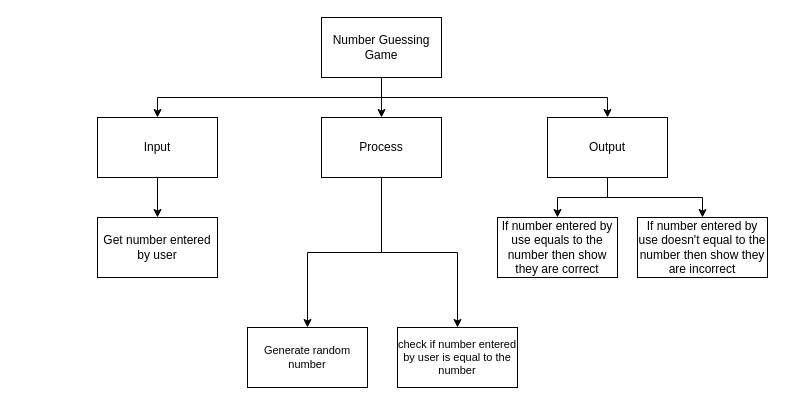
michael-clermont1/ICS3U-Assignment-7-Python keeps this draw.io diagram as design.drawio. Above is the earlier version. Source tidied: cells renumbered, new cells numbered last; positions are measured from the earlier drawing's top-left corner, leaving out a move shared by most shapes. Both pictures are drawn from the tidied source at 100%, with x=0, y=0 at pixel (97, 17).
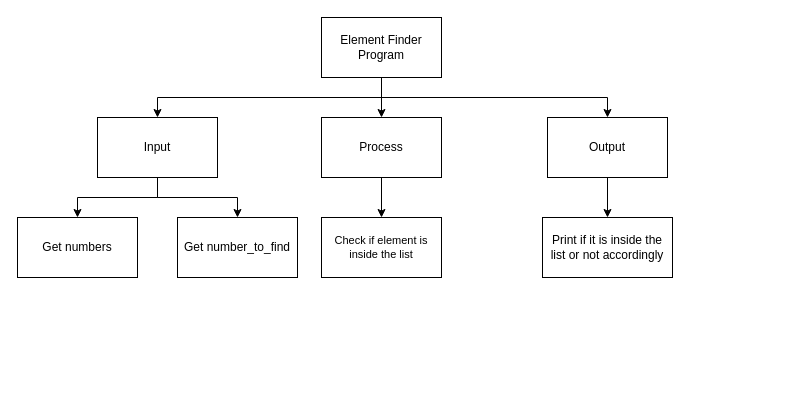
The same diagram, later.

Unchanged cells that the change refers to:
```xml
<mxCell id="7" value="Input" style="rounded=0;whiteSpace=wrap;html=1;" parent="1" vertex="1">
  <mxGeometry y="100" width="120" height="60" as="geometry" />
</mxCell>
<mxCell id="10" value="Process" style="rounded=0;whiteSpace=wrap;html=1;" parent="1" vertex="1">
  <mxGeometry x="224" y="100" width="120" height="60" as="geometry" />
</mxCell>
<mxCell id="13" value="Output" style="rounded=0;whiteSpace=wrap;html=1;" parent="1" vertex="1">
  <mxGeometry x="450" y="100" width="120" height="60" as="geometry" />
</mxCell>
```

Diff of the diagram source:
```diff
@@
-    <mxCell id="5" value="Number Guessing Game" style="rounded=0;whiteSpace=wrap;html=1;" parent="1" vertex="1">
+    <mxCell id="5" value="Element Finder Program" style="rounded=0;whiteSpace=wrap;html=1;" parent="1" vertex="1">
       <mxGeometry x="224" width="120" height="60" as="geometry" />
     </mxCell>
@@
+    <mxCell id="19" style="edgeStyle=orthogonalEdgeStyle;html=1;entryX=0.5;entryY=0;entryDx=0;entryDy=0;rounded=0;" parent="1" edge="1" source="7" target="20">
+      <mxGeometry relative="1" as="geometry" />
+    </mxCell>
@@
-    <mxCell id="9" style="edgeStyle=orthogonalEdgeStyle;html=1;entryX=0.5;entryY=0;entryDx=0;entryDy=0;rounded=0;" parent="1" edge="1" source="10" target="18">
-      <mxGeometry relative="1" as="geometry" />
-    </mxCell>
@@
-    <mxCell id="11" style="edgeStyle=orthogonalEdgeStyle;html=1;entryX=0.5;entryY=0;entryDx=0;entryDy=0;rounded=0;" parent="1" edge="1" source="13" target="15">
-      <mxGeometry relative="1" as="geometry" />
-    </mxCell>
@@
-    <mxCell id="14" value="Get number entered by user" style="rounded=0;whiteSpace=wrap;html=1;" parent="1" vertex="1">
-      <mxGeometry y="200" width="120" height="60" as="geometry" />
+    <mxCell id="14" value="Get numbers" style="rounded=0;whiteSpace=wrap;html=1;" parent="1" vertex="1">
+      <mxGeometry x="-80" y="200" width="120" height="60" as="geometry" />
     </mxCell>
-    <mxCell id="15" value="If number entered by use equals to the number then show they are correct" style="rounded=0;whiteSpace=wrap;html=1;" parent="1" vertex="1">
-      <mxGeometry x="400" y="200" width="120" height="60" as="geometry" />
-    </mxCell>
-    <mxCell id="16" value="check if number entered by user is equal to the number" style="rounded=0;whiteSpace=wrap;html=1;fontFamily=Helvetica;fontSize=11;fontColor=default;" parent="1" vertex="1">
-      <mxGeometry x="300" y="310" width="120" height="60" as="geometry" />
+    <mxCell id="16" value="Check if element is inside the list" style="rounded=0;whiteSpace=wrap;html=1;fontFamily=Helvetica;fontSize=11;fontColor=default;" parent="1" vertex="1">
+      <mxGeometry x="224" y="200" width="120" height="60" as="geometry" />
     </mxCell>
-    <mxCell id="17" value="If number entered by use doesn't equal to the number then show they are incorrect" style="rounded=0;whiteSpace=wrap;html=1;" parent="1" vertex="1">
-      <mxGeometry x="540" y="200" width="130" height="60" as="geometry" />
+    <mxCell id="17" value="Print if it is inside the list or not accordingly" style="rounded=0;whiteSpace=wrap;html=1;" parent="1" vertex="1">
+      <mxGeometry x="445" y="200" width="130" height="60" as="geometry" />
     </mxCell>
-    <mxCell id="18" value="Generate random number" style="rounded=0;whiteSpace=wrap;html=1;fontFamily=Helvetica;fontSize=11;fontColor=default;" parent="1" vertex="1">
-      <mxGeometry x="150" y="310" width="120" height="60" as="geometry" />
-    </mxCell>
+    <mxCell id="20" value="Get number_to_find" style="rounded=0;whiteSpace=wrap;html=1;" parent="1" vertex="1">
+      <mxGeometry x="80" y="200" width="120" height="60" as="geometry" />
+    </mxCell>
```
